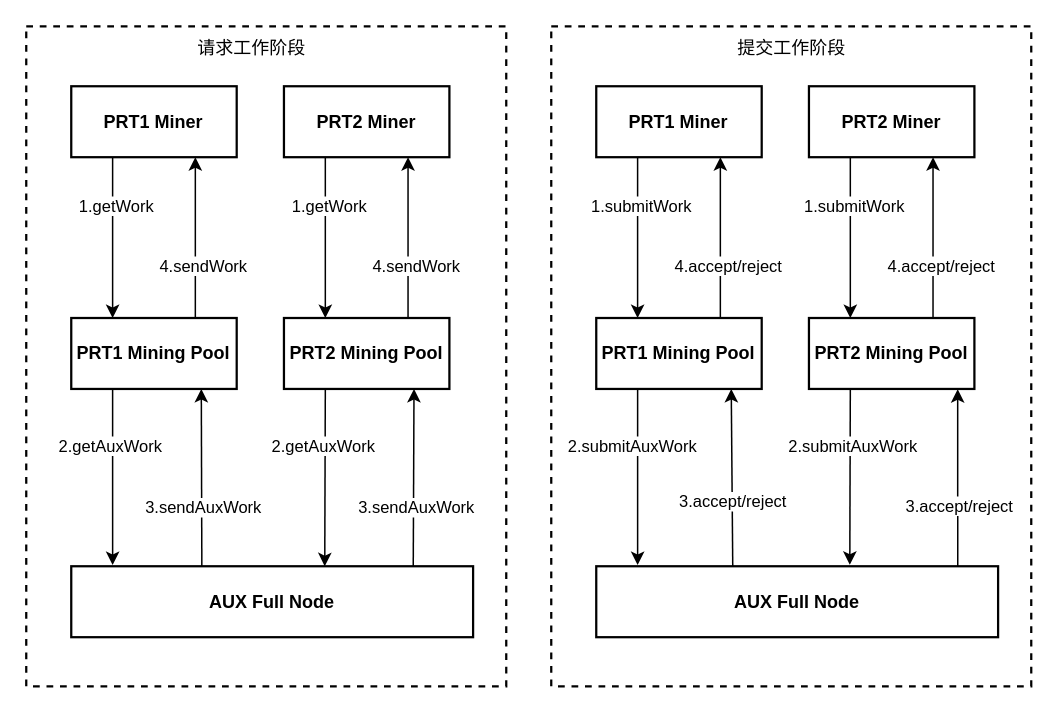
Earlier version of the draw.io diagram auxwork.drawio (weihanby/Hello_Fudan). Source tidied: cells renumbered, new cells numbered last; positions are measured from the earlier drawing's top-left corner, leaving out a move shared by most shapes. Both pictures are drawn from the tidied source at 150%, with x=0, y=0 at pixel (26, 26).
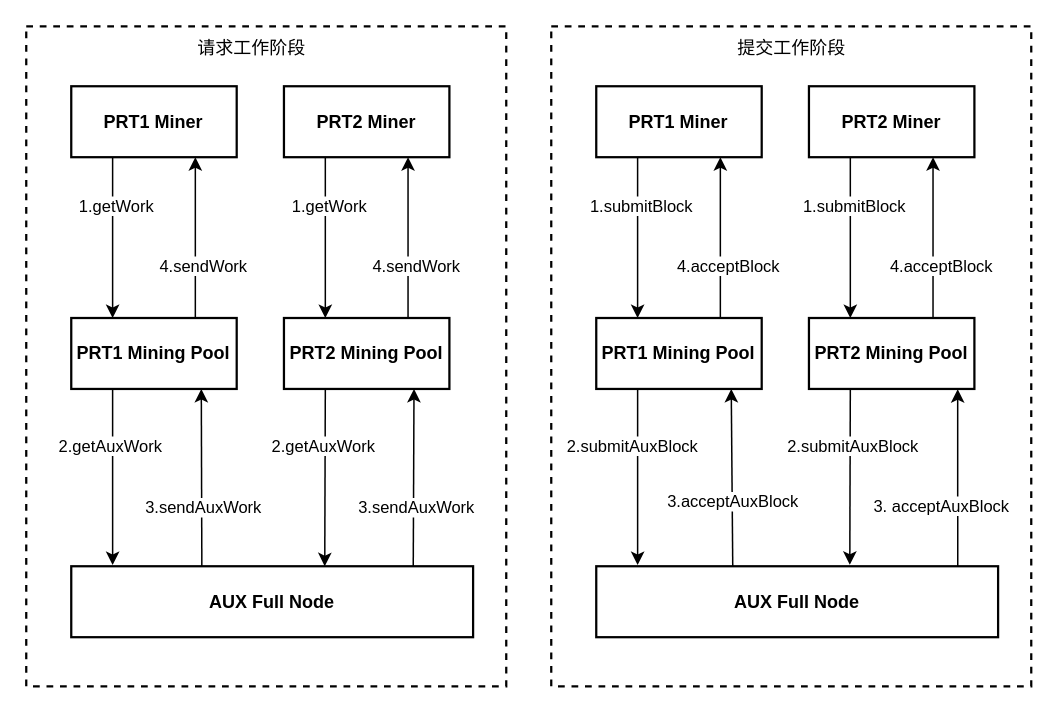
After the change.

The change refers to these unchanged cells:
```xml
<mxCell id="14" style="edgeStyle=none;rounded=0;orthogonalLoop=1;jettySize=auto;html=1;exitX=0.25;exitY=0;exitDx=0;exitDy=0;entryX=0.598;entryY=1.004;entryDx=0;entryDy=0;entryPerimeter=0;" parent="11" edge="1">
  <mxGeometry relative="1" as="geometry">
    <mxPoint x="91" y="259.8" as="sourcePoint" />
    <mxPoint x="90" y="141.8" as="targetPoint" />
  </mxGeometry>
</mxCell>
<mxCell id="16" style="edgeStyle=none;rounded=0;jettySize=auto;html=1;exitX=0.25;exitY=0;exitDx=0;exitDy=0;entryX=0.899;entryY=1.004;entryDx=0;entryDy=0;entryPerimeter=0;" parent="11" edge="1" target="13">
  <mxGeometry relative="1" as="geometry">
    <mxPoint x="241" y="259.8" as="sourcePoint" />
  </mxGeometry>
</mxCell>
<mxCell id="32" style="edgeStyle=none;rounded=0;jettySize=auto;html=1;exitX=0.75;exitY=0;exitDx=0;exitDy=0;entryX=0.75;entryY=1;entryDx=0;entryDy=0;" parent="1" edge="1" source="12" target="31">
  <mxGeometry relative="1" as="geometry" />
</mxCell>
<mxCell id="34" style="edgeStyle=none;rounded=0;jettySize=auto;html=1;exitX=0.25;exitY=1;exitDx=0;exitDy=0;entryX=0.25;entryY=0;entryDx=0;entryDy=0;" parent="1" edge="1" source="31" target="12">
  <mxGeometry relative="1" as="geometry" />
</mxCell>
<mxCell id="37" style="edgeStyle=none;rounded=0;jettySize=auto;html=1;exitX=0.75;exitY=0;exitDx=0;exitDy=0;entryX=0.75;entryY=1;entryDx=0;entryDy=0;" parent="1" edge="1" source="13" target="36">
  <mxGeometry relative="1" as="geometry" />
</mxCell>
<mxCell id="39" style="edgeStyle=none;rounded=0;jettySize=auto;html=1;exitX=0.25;exitY=1;exitDx=0;exitDy=0;entryX=0.25;entryY=0;entryDx=0;entryDy=0;" parent="1" edge="1" source="36" target="13">
  <mxGeometry relative="1" as="geometry" />
</mxCell>
<mxCell id="42" style="edgeStyle=none;rounded=0;jettySize=auto;html=1;exitX=0.25;exitY=1;exitDx=0;exitDy=0;entryX=0.103;entryY=-0.017;entryDx=0;entryDy=0;entryPerimeter=0;" parent="1" edge="1" source="12" target="41">
  <mxGeometry relative="1" as="geometry" />
</mxCell>
<mxCell id="47" style="edgeStyle=none;rounded=0;jettySize=auto;html=1;exitX=0.25;exitY=1;exitDx=0;exitDy=0;entryX=0.631;entryY=-0.021;entryDx=0;entryDy=0;entryPerimeter=0;" parent="1" edge="1" source="13" target="41">
  <mxGeometry relative="1" as="geometry" />
</mxCell>
```

Diff of the diagram source:
```diff
@@
-    <mxCell id="15" value="3.accept/reject" style="edgeLabel;html=1;align=center;verticalAlign=middle;" parent="14" vertex="1">
+    <mxCell id="15" value="3.acceptAuxBlock" style="edgeLabel;html=1;align=center;verticalAlign=middle;" parent="14" vertex="1">
       <mxGeometry x="-0.27" relative="1" as="geometry" />
     </mxCell>
@@
-    <mxCell id="17" value="3.accept/reject" style="edgeLabel;html=1;align=center;verticalAlign=middle;" parent="16" vertex="1">
+    <mxCell id="17" value="3.&amp;nbsp;acceptAuxBlock" style="edgeLabel;html=1;align=center;verticalAlign=middle;" parent="16" vertex="1">
       <mxGeometry x="-0.41" y="-1" relative="1" as="geometry">
-        <mxPoint y="-5" as="offset" />
+        <mxPoint x="-12" y="-5" as="offset" />
       </mxGeometry>
     </mxCell>
@@
-    <mxCell id="33" value="4.accept/reject" style="edgeLabel;html=1;align=center;verticalAlign=middle;" parent="32" vertex="1">
+    <mxCell id="33" value="4.acceptBlock" style="edgeLabel;html=1;align=center;verticalAlign=middle;" parent="32" vertex="1">
       <mxGeometry x="0.13" y="-1" relative="1" as="geometry">
         <mxPoint x="4" y="26" as="offset" />
       </mxGeometry>
     </mxCell>
@@
-    <mxCell id="35" value="1.submitWork" style="edgeLabel;html=1;align=center;verticalAlign=middle;" parent="34" vertex="1">
+    <mxCell id="35" value="1.submitBlock" style="edgeLabel;html=1;align=center;verticalAlign=middle;" parent="34" vertex="1">
       <mxGeometry x="-0.17" y="2" relative="1" as="geometry">
         <mxPoint y="-12" as="offset" />
       </mxGeometry>
     </mxCell>
@@
-    <mxCell id="38" value="4.accept/reject" style="edgeLabel;html=1;align=center;verticalAlign=middle;" parent="37" vertex="1">
+    <mxCell id="38" value="4.acceptBlock" style="edgeLabel;html=1;align=center;verticalAlign=middle;" parent="37" vertex="1">
       <mxGeometry x="0.13" y="-1" relative="1" as="geometry">
         <mxPoint x="4" y="26" as="offset" />
       </mxGeometry>
     </mxCell>
@@
-    <mxCell id="40" value="1.submitWork" style="edgeLabel;html=1;align=center;verticalAlign=middle;" parent="39" vertex="1">
+    <mxCell id="40" value="1.submitBlock" style="edgeLabel;html=1;align=center;verticalAlign=middle;" parent="39" vertex="1">
       <mxGeometry x="-0.17" y="2" relative="1" as="geometry">
         <mxPoint y="-12" as="offset" />
       </mxGeometry>
     </mxCell>
@@
-    <mxCell id="43" value="2.submitAuxWork" style="edgeLabel;html=1;align=center;verticalAlign=middle;" parent="42" vertex="1">
+    <mxCell id="43" value="2.submitAuxBlock" style="edgeLabel;html=1;align=center;verticalAlign=middle;" parent="42" vertex="1">
       <mxGeometry x="-0.17" y="-2" relative="1" as="geometry">
         <mxPoint x="-2" y="-11" as="offset" />
       </mxGeometry>
     </mxCell>
@@
-    <mxCell id="48" value="2.submitAuxWork" style="edgeLabel;html=1;align=center;verticalAlign=middle;" parent="47" vertex="1">
+    <mxCell id="48" value="2.submitAuxBlock" style="edgeLabel;html=1;align=center;verticalAlign=middle;" parent="47" vertex="1">
       <mxGeometry x="-0.17" y="-2" relative="1" as="geometry">
         <mxPoint x="3" y="-11" as="offset" />
       </mxGeometry>
     </mxCell>
```
